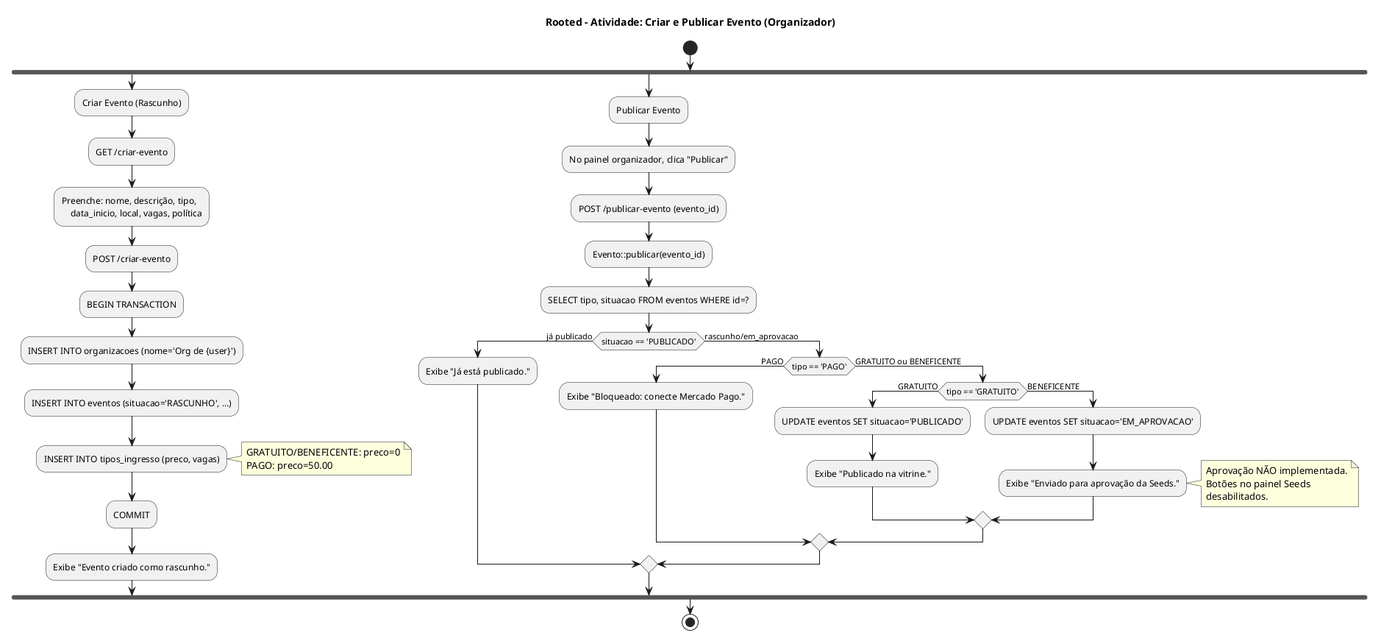
The PlantUML diagram docs/diagramas/images/atividade/20-atividade-criar-publicar-evento.png in paulothaylam/rooted-projeto, before a commit. The source it was exported from:
```plantuml
@startuml
title Rooted - Atividade: Criar e Publicar Evento (Organizador)
start

fork
    :Criar Evento (Rascunho);
    :GET /criar-evento;
    :Preenche: nome, descrição, tipo,\n    data_inicio, local, vagas, política;
    :POST /criar-evento;
    :BEGIN TRANSACTION;
    :INSERT INTO organizacoes (nome='Org de {user}');
    :INSERT INTO eventos (situacao='RASCUNHO', ...);
    :INSERT INTO tipos_ingresso (preco, vagas);
    note right: GRATUITO/BENEFICENTE: preco=0\nPAGO: preco=50.00
    :COMMIT;
    :Exibe "Evento criado como rascunho.";
fork again
    :Publicar Evento;
    :No painel organizador, clica "Publicar";
    :POST /publicar-evento (evento_id);
    :Evento::publicar(evento_id);
    :SELECT tipo, situacao FROM eventos WHERE id=?;
    if (situacao == 'PUBLICADO') then (já publicado)
        :Exibe "Já está publicado.";
    else (rascunho/em_aprovacao)
        if (tipo == 'PAGO') then (PAGO)
            :Exibe "Bloqueado: conecte Mercado Pago.";
        else (GRATUITO ou BENEFICENTE)
            if (tipo == 'GRATUITO') then (GRATUITO)
                :UPDATE eventos SET situacao='PUBLICADO';
                :Exibe "Publicado na vitrine.";
            else (BENEFICENTE)
                :UPDATE eventos SET situacao='EM_APROVACAO';
                :Exibe "Enviado para aprovação da Seeds.";
                note right: Aprovação NÃO implementada.\nBotões no painel Seeds\ndesabilitados.
            endif
        endif
    endif
end fork

stop

@enduml
```
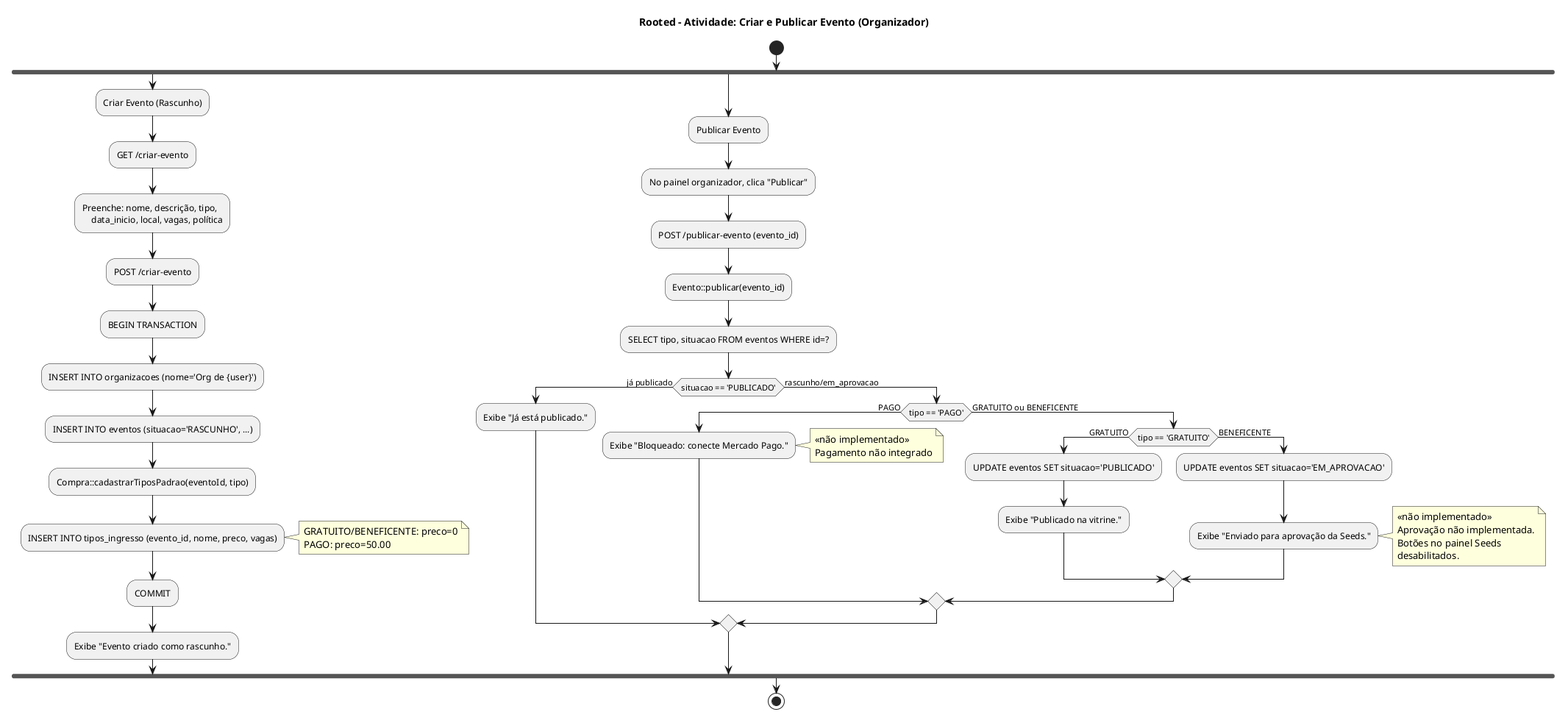
The same diagram one commit later.

Diff of the diagram source:
```diff
@@ -10,7 +10,8 @@
     :BEGIN TRANSACTION;
     :INSERT INTO organizacoes (nome='Org de {user}');
     :INSERT INTO eventos (situacao='RASCUNHO', ...);
-    :INSERT INTO tipos_ingresso (preco, vagas);
+    :Compra::cadastrarTiposPadrao(eventoId, tipo);
+    :INSERT INTO tipos_ingresso (evento_id, nome, preco, vagas);
     note right: GRATUITO/BENEFICENTE: preco=0\nPAGO: preco=50.00
     :COMMIT;
     :Exibe "Evento criado como rascunho.";
@@ -25,6 +26,7 @@
     else (rascunho/em_aprovacao)
         if (tipo == 'PAGO') then (PAGO)
             :Exibe "Bloqueado: conecte Mercado Pago.";
+            note right: <<não implementado>>\nPagamento não integrado
         else (GRATUITO ou BENEFICENTE)
             if (tipo == 'GRATUITO') then (GRATUITO)
                 :UPDATE eventos SET situacao='PUBLICADO';
@@ -32,7 +34,7 @@
             else (BENEFICENTE)
                 :UPDATE eventos SET situacao='EM_APROVACAO';
                 :Exibe "Enviado para aprovação da Seeds.";
-                note right: Aprovação NÃO implementada.\nBotões no painel Seeds\ndesabilitados.
+                note right: <<não implementado>>\nAprovação não implementada.\nBotões no painel Seeds\ndesabilitados.
             endif
         endif
     endif
```
